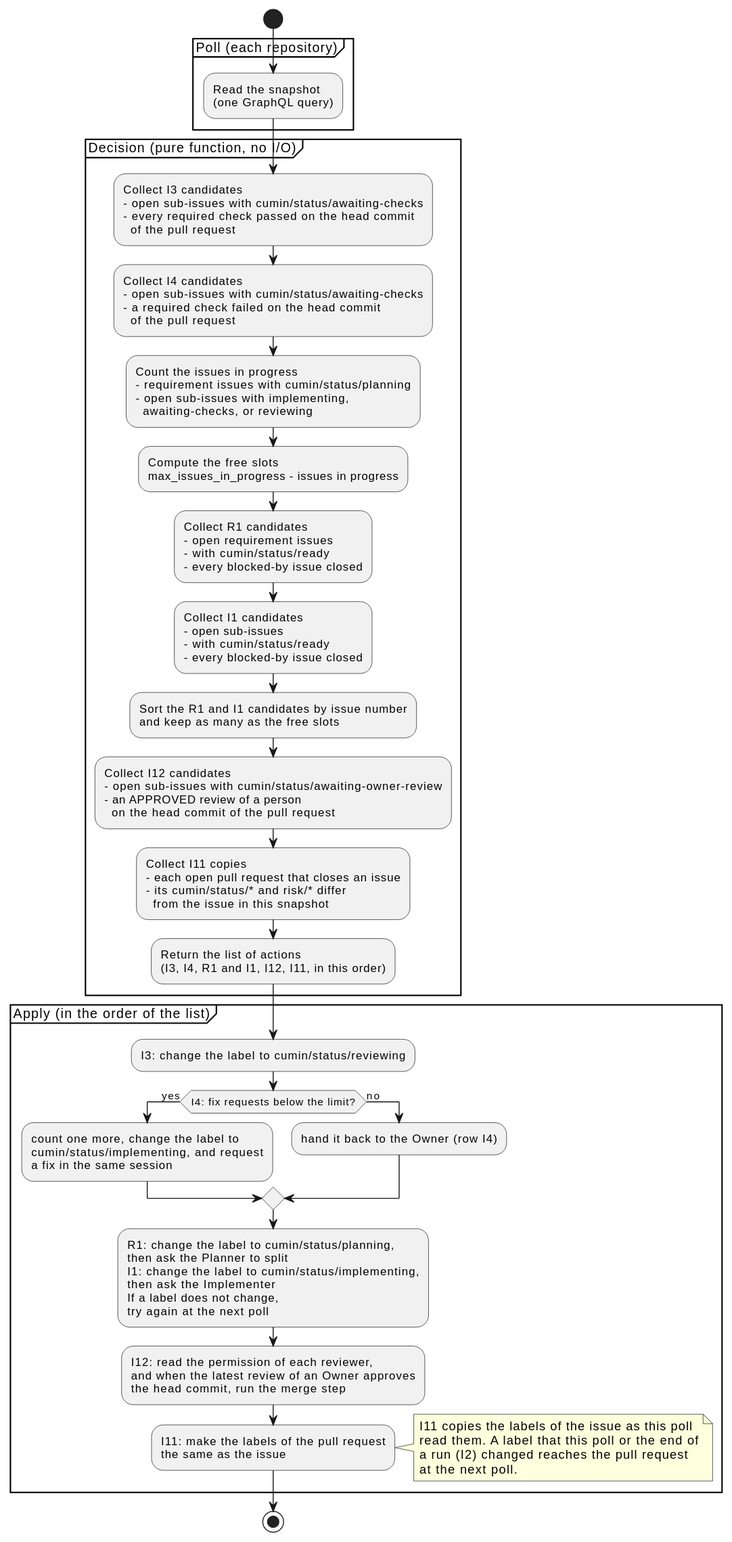
Above: docs/ja/designs/poll-decide.svg in cloveclovedev/cumin-works (PlantUML), before the change.
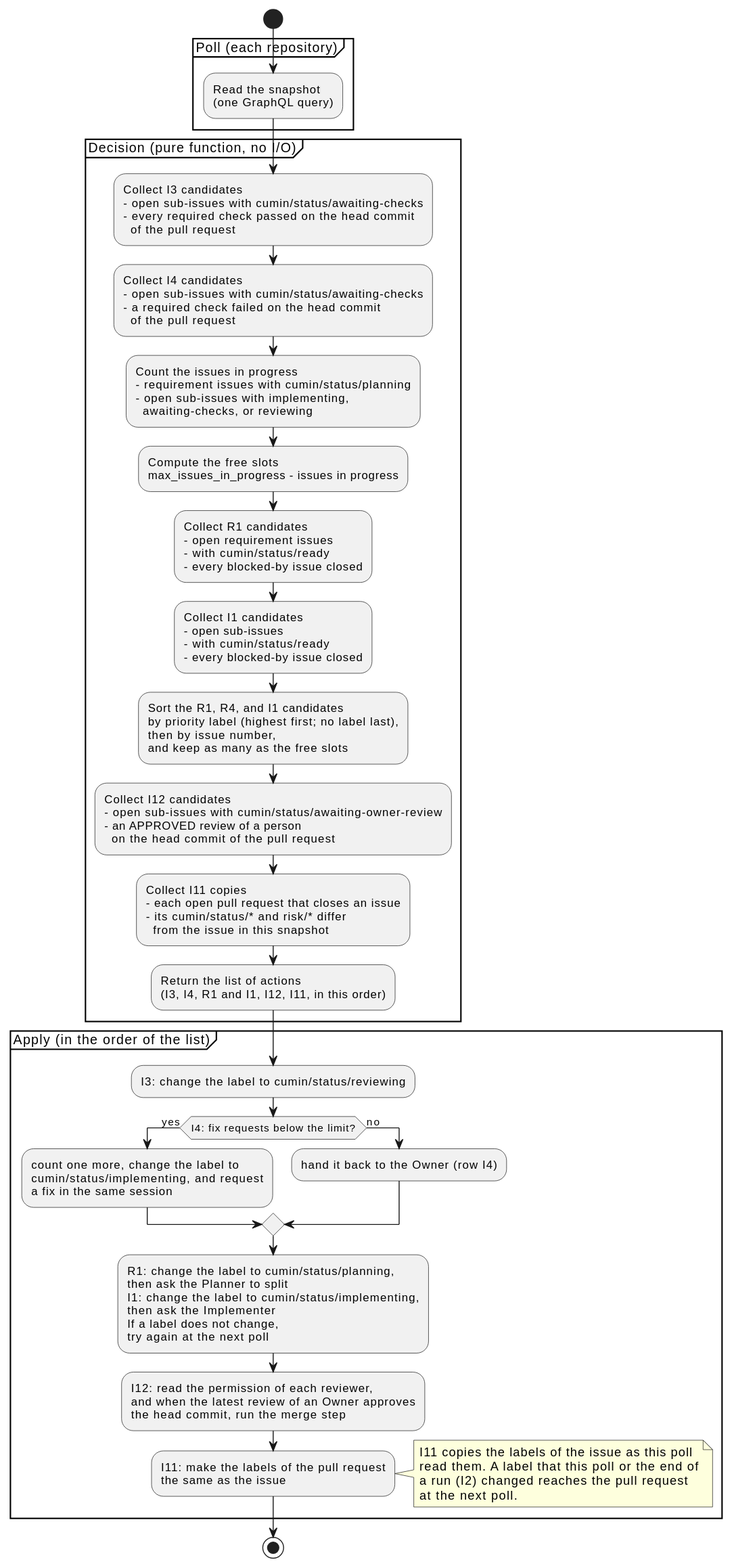
Above is the later version.

Change to the diagram source:
```diff
@@ -30,7 +30,9 @@
   - open sub-issues
   - with cumin/status/ready
   - every blocked-by issue closed;
-  :Sort the R1 and I1 candidates by issue number
+  :Sort the R1, R4, and I1 candidates
+  by priority label (highest first; no label last),
+  then by issue number,
   and keep as many as the free slots;
   :Collect I12 candidates
   - open sub-issues with cumin/status/awaiting-owner-review
```
